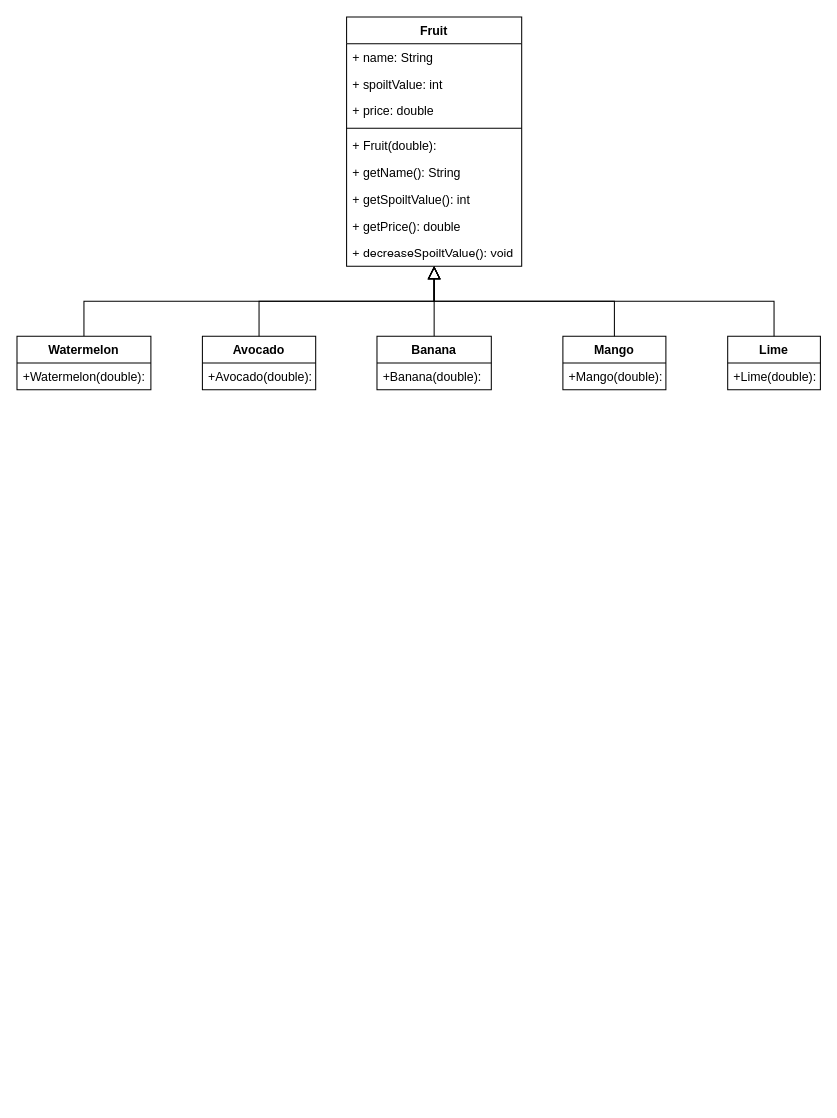
Before: ClassDiagram.drawio in aquonbovell/Supermarket, a draw.io diagram. Source tidied: cells renumbered, new cells numbered last; positions are measured from the earlier drawing's top-left corner, leaving out a move shared by most shapes. Both pictures are drawn from the tidied source at 103%, with x=0, y=0 at pixel (16, 16).
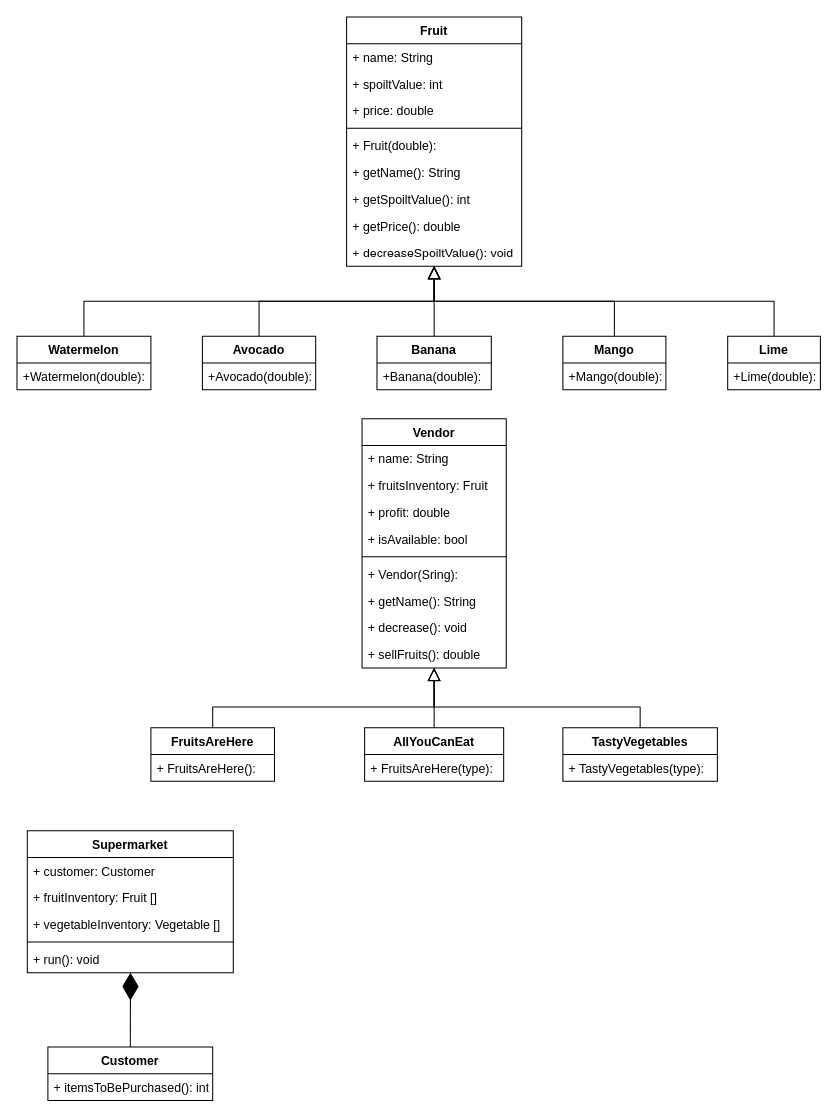
Above is the later version.

What changed in the source:
```diff
@@
+    <mxCell id="27" value="Vendor" style="swimlane;fontStyle=1;align=center;verticalAlign=top;horizontal=1;startSize=26;" parent="1" vertex="1">
+      <mxGeometry x="335" y="390" width="140" height="242" as="geometry" />
+    </mxCell>
+    <mxCell id="28" value="+ name: String" style="text;strokeColor=none;fillColor=none;align=left;verticalAlign=top;spacingLeft=4;spacingRight=4;overflow=hidden;" parent="27" vertex="1">
+      <mxGeometry y="26" width="140" height="26" as="geometry" />
+    </mxCell>
+    <mxCell id="29" value="+ fruitsInventory: Fruit" style="text;strokeColor=none;fillColor=none;align=left;verticalAlign=top;spacingLeft=4;spacingRight=4;overflow=hidden;" parent="27" vertex="1">
+      <mxGeometry y="52" width="140" height="26" as="geometry" />
+    </mxCell>
+    <mxCell id="30" value="+ profit: double" style="text;strokeColor=none;fillColor=none;align=left;verticalAlign=top;spacingLeft=4;spacingRight=4;overflow=hidden;" parent="27" vertex="1">
+      <mxGeometry y="78" width="140" height="26" as="geometry" />
+    </mxCell>
+    <mxCell id="31" value="+ isAvailable: bool" style="text;strokeColor=none;fillColor=none;align=left;verticalAlign=top;spacingLeft=4;spacingRight=4;overflow=hidden;" parent="27" vertex="1">
+      <mxGeometry y="104" width="140" height="26" as="geometry" />
+    </mxCell>
+    <mxCell id="32" style="line;strokeWidth=1;fillColor=none;align=left;verticalAlign=middle;spacingTop=-1;spacingLeft=3;spacingRight=3;labelPosition=right;strokeColor=inherit;" parent="27" vertex="1">
+      <mxGeometry y="130" width="140" height="8" as="geometry" />
+    </mxCell>
+    <mxCell id="33" value="+ Vendor(Sring):" style="text;strokeColor=none;fillColor=none;align=left;verticalAlign=top;spacingLeft=4;spacingRight=4;overflow=hidden;" parent="27" vertex="1">
+      <mxGeometry y="138" width="140" height="26" as="geometry" />
+    </mxCell>
+    <mxCell id="34" value="+ getName(): String" style="text;strokeColor=none;fillColor=none;align=left;verticalAlign=top;spacingLeft=4;spacingRight=4;overflow=hidden;" parent="27" vertex="1">
+      <mxGeometry y="164" width="140" height="26" as="geometry" />
+    </mxCell>
+    <mxCell id="35" value="+ decrease(): void" style="text;strokeColor=none;fillColor=none;align=left;verticalAlign=top;spacingLeft=4;spacingRight=4;overflow=hidden;" parent="27" vertex="1">
+      <mxGeometry y="190" width="140" height="26" as="geometry" />
+    </mxCell>
+    <mxCell id="36" value="+ sellFruits(): double" style="text;strokeColor=none;fillColor=none;align=left;verticalAlign=top;spacingLeft=4;spacingRight=4;overflow=hidden;points=[[0,0.5],[1,0.5]];portConstraint=eastwest;" parent="27" vertex="1">
+      <mxGeometry y="216" width="140" height="26" as="geometry" />
+    </mxCell>
+    <mxCell id="37" value="FruitsAreHere" style="swimlane;fontStyle=1;align=center;verticalAlign=top;horizontal=1;startSize=26;" parent="1" vertex="1">
+      <mxGeometry x="130" y="690" width="120" height="52" as="geometry" />
+    </mxCell>
+    <mxCell id="38" value="+ FruitsAreHere():" style="text;strokeColor=none;fillColor=none;align=left;verticalAlign=top;spacingLeft=4;spacingRight=4;overflow=hidden;" parent="37" vertex="1">
+      <mxGeometry y="26" width="120" height="26" as="geometry" />
+    </mxCell>
+    <mxCell id="39" style="endArrow=block;endSize=10;endFill=0;shadow=0;strokeWidth=1;rounded=0;edgeStyle=elbowEdgeStyle;elbow=vertical;exitX=0.5;exitY=0;exitDx=0;exitDy=0;entryX=0.5;entryY=1;entryDx=0;entryDy=0;" parent="1" edge="1" source="37" target="27">
+      <mxGeometry relative="1" as="geometry">
+        <Array as="points">
+          <mxPoint x="270" y="670" />
+          <mxPoint x="170" y="650" />
+          <mxPoint x="70" y="670" />
+        </Array>
+      </mxGeometry>
+    </mxCell>
+    <mxCell id="40" value="AllYouCanEat" style="swimlane;fontStyle=1;align=center;verticalAlign=top;horizontal=1;startSize=26;" parent="1" vertex="1">
+      <mxGeometry x="337.5" y="690" width="135" height="52" as="geometry" />
+    </mxCell>
+    <mxCell id="41" value="+ FruitsAreHere(type):" style="text;strokeColor=none;fillColor=none;align=left;verticalAlign=top;spacingLeft=4;spacingRight=4;overflow=hidden;" parent="40" vertex="1">
+      <mxGeometry y="26" width="135" height="26" as="geometry" />
+    </mxCell>
+    <mxCell id="42" value="TastyVegetables" style="swimlane;fontStyle=1;align=center;verticalAlign=top;horizontal=1;startSize=26;" parent="1" vertex="1">
+      <mxGeometry x="530" y="690" width="150" height="52" as="geometry" />
+    </mxCell>
+    <mxCell id="43" value="+ TastyVegetables(type):" style="text;strokeColor=none;fillColor=none;align=left;verticalAlign=top;spacingLeft=4;spacingRight=4;overflow=hidden;" parent="42" vertex="1">
+      <mxGeometry y="26" width="150" height="26" as="geometry" />
+    </mxCell>
+    <mxCell id="44" style="endArrow=block;endSize=10;endFill=0;shadow=0;strokeWidth=1;rounded=0;edgeStyle=elbowEdgeStyle;elbow=vertical;exitX=0.5;exitY=0;exitDx=0;exitDy=0;entryX=0.5;entryY=1.007;entryDx=0;entryDy=0;entryPerimeter=0;" parent="1" edge="1" source="40" target="36">
+      <mxGeometry relative="1" as="geometry">
+        <Array as="points">
+          <mxPoint x="390" y="660" />
+          <mxPoint x="330" y="660" />
+        </Array>
+      </mxGeometry>
+    </mxCell>
+    <mxCell id="45" style="endArrow=block;endSize=10;endFill=0;shadow=0;strokeWidth=1;rounded=0;edgeStyle=elbowEdgeStyle;elbow=vertical;exitX=0.5;exitY=0;exitDx=0;exitDy=0;entryX=0.499;entryY=0.999;entryDx=0;entryDy=0;entryPerimeter=0;" parent="1" edge="1" source="42" target="36">
+      <mxGeometry relative="1" as="geometry">
+        <Array as="points">
+          <mxPoint x="400" y="670" />
+          <mxPoint x="320" y="670" />
+          <mxPoint x="90" y="690" />
+        </Array>
+      </mxGeometry>
+    </mxCell>
+    <mxCell id="46" value="Customer" style="swimlane;fontStyle=1;align=center;verticalAlign=top;horizontal=1;startSize=26;" parent="1" vertex="1">
+      <mxGeometry x="30" y="1000" width="160" height="52" as="geometry" />
+    </mxCell>
+    <mxCell id="47" value="+ itemsToBePurchased(): int" style="text;strokeColor=none;fillColor=none;align=left;verticalAlign=top;spacingLeft=4;spacingRight=4;overflow=hidden;" parent="46" vertex="1">
+      <mxGeometry y="26" width="160" height="26" as="geometry" />
+    </mxCell>
+    <mxCell id="48" value="Supermarket" style="swimlane;fontStyle=1;align=center;verticalAlign=top;horizontal=1;startSize=26;" parent="1" vertex="1">
+      <mxGeometry x="10" y="790" width="200" height="138" as="geometry" />
+    </mxCell>
+    <mxCell id="49" value="+ customer: Customer" style="text;strokeColor=none;fillColor=none;align=left;verticalAlign=top;spacingLeft=4;spacingRight=4;overflow=hidden;" parent="48" vertex="1">
+      <mxGeometry y="26" width="200" height="26" as="geometry" />
+    </mxCell>
+    <mxCell id="50" value="+ fruitInventory: Fruit []" style="text;strokeColor=none;fillColor=none;align=left;verticalAlign=top;spacingLeft=4;spacingRight=4;overflow=hidden;" parent="48" vertex="1">
+      <mxGeometry y="52" width="200" height="26" as="geometry" />
+    </mxCell>
+    <mxCell id="51" value="+ vegetableInventory: Vegetable []" style="text;strokeColor=none;fillColor=none;align=left;verticalAlign=top;spacingLeft=4;spacingRight=4;overflow=hidden;" parent="48" vertex="1">
+      <mxGeometry y="78" width="200" height="26" as="geometry" />
+    </mxCell>
+    <mxCell id="52" style="line;strokeWidth=1;fillColor=none;align=left;verticalAlign=middle;spacingTop=-1;spacingLeft=3;spacingRight=3;labelPosition=right;strokeColor=inherit;" parent="48" vertex="1">
+      <mxGeometry y="104" width="200" height="8" as="geometry" />
+    </mxCell>
+    <mxCell id="53" value="+ run(): void" style="text;strokeColor=none;fillColor=none;align=left;verticalAlign=top;spacingLeft=4;spacingRight=4;overflow=hidden;points=[[0,0.5],[1,0.5]];portConstraint=eastwest;" parent="48" vertex="1">
+      <mxGeometry y="112" width="200" height="26" as="geometry" />
+    </mxCell>
+    <mxCell id="54" style="endArrow=diamondThin;endFill=1;endSize=24;html=1;rounded=0;exitX=0.5;exitY=0;exitDx=0;exitDy=0;entryX=0.501;entryY=0.993;entryDx=0;entryDy=0;entryPerimeter=0;" parent="1" edge="1" source="46" target="53">
+      <mxGeometry relative="1" as="geometry" />
+    </mxCell>
```
